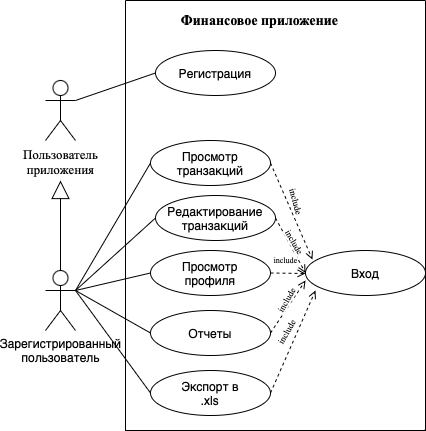
Earlier version of the draw.io export Диаграмма без названия.drawio.png (vovasaxon/pyth). Source tidied: cells renumbered, new cells last; positions are measured from the earlier drawing's top-left corner, leaving out a move shared by most shapes.
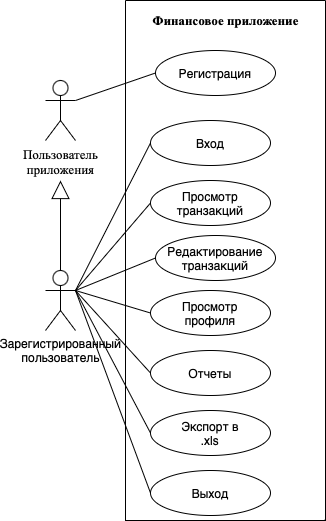
After the change.

The edit, as a diff of the source:
```diff
@@ -14,53 +14,35 @@
       </mxGeometry>
     </mxCell>
     <mxCell id="5" style="swimlane;startSize=0;" parent="1" vertex="1">
-      <mxGeometry x="80" width="300" height="430" as="geometry" />
+      <mxGeometry x="80" width="200" height="520" as="geometry" />
     </mxCell>
     <mxCell id="6" value="Вход" style="ellipse;whiteSpace=wrap;html=1;" parent="5" vertex="1">
-      <mxGeometry x="180" y="250" width="120" height="45" as="geometry" />
+      <mxGeometry x="25" y="120" width="120" height="45" as="geometry" />
     </mxCell>
     <mxCell id="7" value="Просмотр транзакций" style="ellipse;whiteSpace=wrap;html=1;" parent="5" vertex="1">
-      <mxGeometry x="25" y="140" width="120" height="45" as="geometry" />
+      <mxGeometry x="25" y="180" width="120" height="45" as="geometry" />
     </mxCell>
     <mxCell id="8" value="Редактирование&lt;br&gt;транзакций" style="ellipse;whiteSpace=wrap;html=1;" parent="5" vertex="1">
-      <mxGeometry x="30" y="195" width="120" height="45" as="geometry" />
+      <mxGeometry x="30" y="235" width="120" height="45" as="geometry" />
     </mxCell>
     <mxCell id="9" value="Регистрация" style="ellipse;whiteSpace=wrap;html=1;" parent="5" vertex="1">
       <mxGeometry x="30" y="50" width="120" height="45" as="geometry" />
     </mxCell>
     <mxCell id="10" value="Просмотр&lt;br&gt;профиля" style="ellipse;whiteSpace=wrap;html=1;" parent="5" vertex="1">
-      <mxGeometry x="25" y="250" width="120" height="45" as="geometry" />
+      <mxGeometry x="25" y="290" width="120" height="45" as="geometry" />
     </mxCell>
     <mxCell id="11" value="Экспорт в&lt;br&gt;.xls" style="ellipse;whiteSpace=wrap;html=1;" parent="5" vertex="1">
-      <mxGeometry x="25" y="370" width="120" height="45" as="geometry" />
+      <mxGeometry x="25" y="410" width="120" height="45" as="geometry" />
     </mxCell>
     <mxCell id="12" value="Отчеты" style="ellipse;whiteSpace=wrap;html=1;" parent="5" vertex="1">
-      <mxGeometry x="25" y="310" width="120" height="45" as="geometry" />
+      <mxGeometry x="25" y="350" width="120" height="45" as="geometry" />
     </mxCell>
-    <mxCell id="13" style="endArrow=open;html=1;rounded=0;dashed=1;exitX=1;exitY=0.5;exitDx=0;exitDy=0;entryX=0.058;entryY=0.2;entryDx=0;entryDy=0;endFill=0;entryPerimeter=0;fontFamily=Times New Roman;" parent="5" edge="1" source="7" target="6">
-      <mxGeometry relative="1" as="geometry" />
-    </mxCell>
-    <mxCell id="14" value="include" style="edgeLabel;html=1;align=center;verticalAlign=middle;fontFamily=Times New Roman;rotation=75;fontSize=9;" parent="13" vertex="1">
-      <mxGeometry x="-0.34" y="3" relative="1" as="geometry">
-        <mxPoint x="10" y="7" as="offset" />
-      </mxGeometry>
-    </mxCell>
-    <mxCell id="15" style="endArrow=open;html=1;rounded=0;dashed=1;exitX=1;exitY=0.5;exitDx=0;exitDy=0;endFill=0;entryX=0;entryY=0.5;entryDx=0;entryDy=0;" parent="5" edge="1" source="8" target="6">
-      <mxGeometry relative="1" as="geometry" />
-    </mxCell>
-    <mxCell id="16" value="include" style="edgeLabel;html=1;align=center;verticalAlign=middle;fontFamily=Times New Roman;rotation=60;fontSize=9;" parent="15" vertex="1">
-      <mxGeometry x="-0.33" y="2" relative="1" as="geometry">
-        <mxPoint x="8" y="5" as="offset" />
-      </mxGeometry>
-    </mxCell>
-    <mxCell id="17" value="&lt;p style=&quot;line-height: 0%; font-size: 8px;&quot;&gt;include&lt;/p&gt;" style="endArrow=open;html=1;rounded=0;dashed=1;exitX=1;exitY=0.5;exitDx=0;exitDy=0;endFill=0;fontFamily=Times New Roman;fontSize=8;spacing=0;" parent="5" edge="1" source="10">
-      <mxGeometry x="-0.15" y="13" relative="1" as="geometry">
-        <mxPoint x="180" y="273" as="targetPoint" />
-      </mxGeometry>
-    </mxCell>
-    <mxCell id="18" value="Финансовое приложение" style="text;strokeColor=none;fillColor=none;html=1;fontSize=14;fontStyle=1;verticalAlign=middle;align=center;fontFamily=Times New Roman;" parent="5" vertex="1">
-      <mxGeometry x="84" width="100" height="40" as="geometry" />
+    <mxCell id="18" value="Финансовое приложение" style="text;strokeColor=none;fillColor=none;html=1;fontSize=13;fontStyle=1;verticalAlign=middle;align=center;fontFamily=Times New Roman;" parent="5" vertex="1">
+      <mxGeometry x="50" width="100" height="40" as="geometry" />
     </mxCell>
+    <mxCell id="29" value="Выход" style="ellipse;whiteSpace=wrap;html=1;" parent="5" vertex="1">
+      <mxGeometry x="25" y="470" width="120" height="45" as="geometry" />
+    </mxCell>
     <mxCell id="19" style="endArrow=none;html=1;rounded=0;exitX=1;exitY=0.3333333333333333;exitDx=0;exitDy=0;exitPerimeter=0;entryX=0;entryY=0.5;entryDx=0;entryDy=0;" parent="1" edge="1" source="2" target="9">
       <mxGeometry relative="1" as="geometry" />
     </mxCell>
@@ -81,25 +63,15 @@
         <mxPoint x="30" y="290" as="sourcePoint" />
       </mxGeometry>
     </mxCell>
-    <mxCell id="25" style="endArrow=open;html=1;rounded=0;dashed=1;exitX=1;exitY=0.5;exitDx=0;exitDy=0;endFill=0;" parent="1" edge="1" source="12">
-      <mxGeometry relative="1" as="geometry">
-        <mxPoint x="260" y="280" as="targetPoint" />
-      </mxGeometry>
-    </mxCell>
-    <mxCell id="26" value="include" style="edgeLabel;html=1;align=center;verticalAlign=middle;fontFamily=Times New Roman;rotation=-60;fontSize=9;" parent="25" vertex="1">
-      <mxGeometry x="-0.04" y="2" relative="1" as="geometry">
-        <mxPoint y="-6" as="offset" />
-      </mxGeometry>
-    </mxCell>
-    <mxCell id="27" style="endArrow=open;html=1;rounded=0;dashed=1;exitX=1;exitY=0.5;exitDx=0;exitDy=0;endFill=0;" parent="1" edge="1" source="11">
-      <mxGeometry relative="1" as="geometry">
-        <mxPoint x="270" y="290" as="targetPoint" />
-      </mxGeometry>
-    </mxCell>
-    <mxCell id="28" value="include" style="edgeLabel;html=1;align=center;verticalAlign=middle;fontFamily=Times New Roman;rotation=-60;fontSize=9;" parent="27" vertex="1">
-      <mxGeometry x="-0.04" y="2" relative="1" as="geometry">
-        <mxPoint x="-5" y="-10" as="offset" />
-      </mxGeometry>
-    </mxCell>
+    <mxCell id="30" style="endArrow=none;html=1;rounded=0;entryX=0;entryY=0.5;entryDx=0;entryDy=0;" parent="1" edge="1" target="6">
+      <mxGeometry relative="1" as="geometry">
+        <mxPoint x="30" y="290" as="sourcePoint" />
+      </mxGeometry>
+    </mxCell>
+    <mxCell id="31" style="endArrow=none;html=1;rounded=0;entryX=0;entryY=0.5;entryDx=0;entryDy=0;" parent="1" edge="1" target="29">
+      <mxGeometry relative="1" as="geometry">
+        <mxPoint x="30" y="290" as="sourcePoint" />
+      </mxGeometry>
+    </mxCell>
   </root>
 </mxGraphModel>
```
